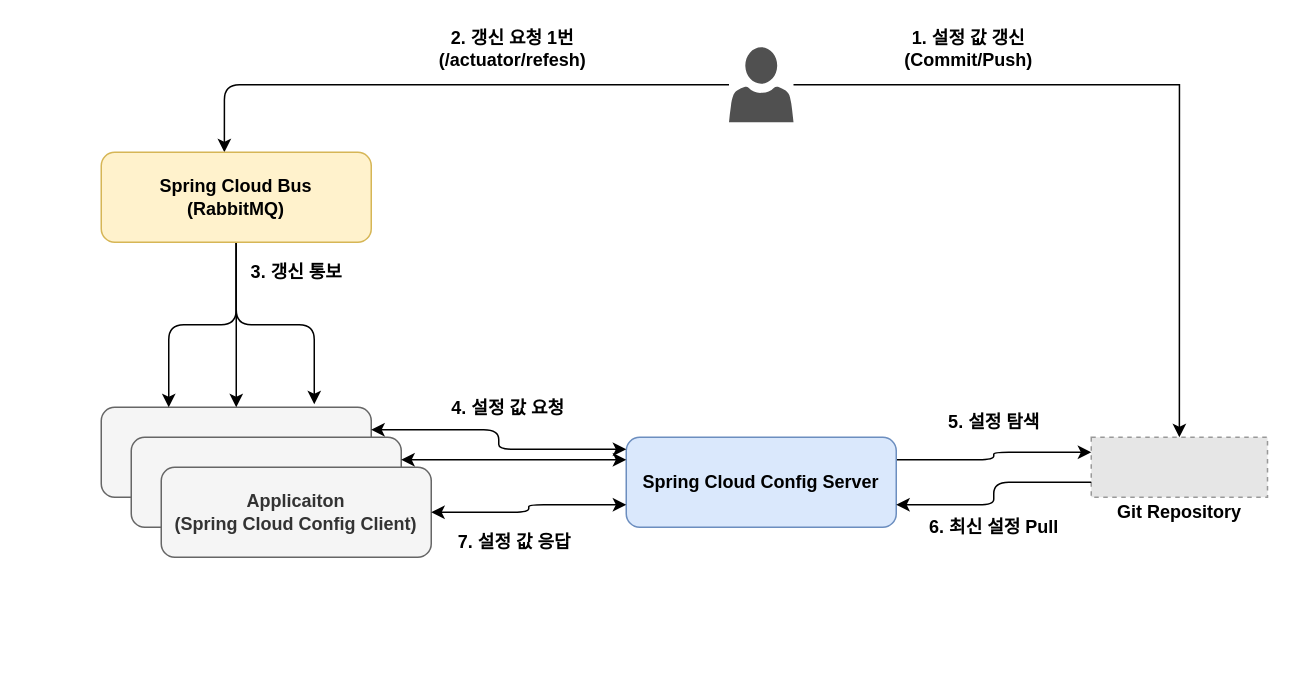
Earlier version of the draw.io diagram drawio/spring/concept-spring-cloud-config-git-bus-1.drawio (windowforsun/blog). Source tidied: cells renumbered, new cells numbered last; positions are measured from the earlier drawing's top-left corner, leaving out a move shared by most shapes. Both pictures are drawn from the tidied source at 150%, with x=0, y=0 at pixel (100, 46). Pictures stored in the file or linked from it are replaced by grey dashed boxes.
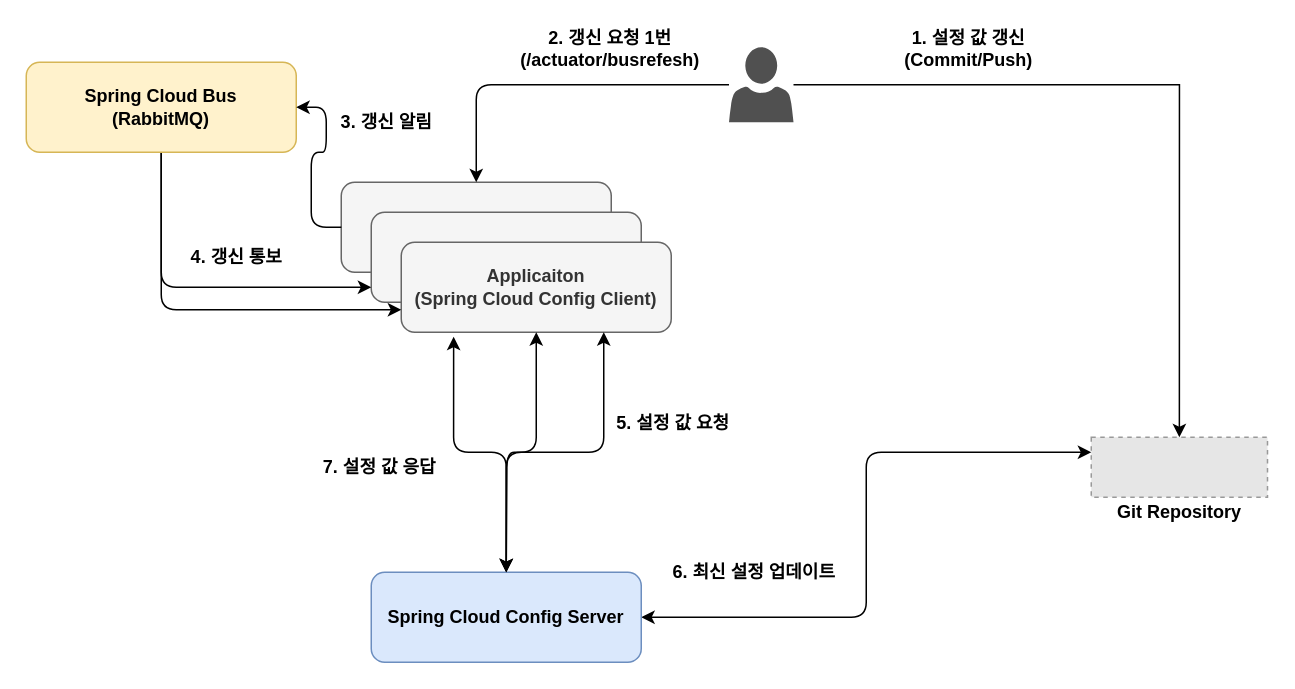
After the change.

Unchanged cells that the change refers to:
```xml
<mxCell id="4" style="fillColor=#E6E6E6;strokeColor=#999999;dashed=1;verticalLabelPosition=bottom;verticalAlign=top;" parent="3" vertex="1">
  <mxGeometry width="117.5" height="40" as="geometry" />
</mxCell>
```

What changed in the source:
```diff
@@
-    <mxCell id="2" style="group;" parent="1" vertex="1">
-      <mxGeometry width="777.5" height="340" as="geometry" />
-    </mxCell>
-    <mxCell id="3" style="group;" parent="2" vertex="1">
+    <mxCell id="3" style="group;" parent="1" vertex="1">
       <mxGeometry x="660" y="260" width="117.5" height="60" as="geometry" />
     </mxCell>
@@
-    <mxCell id="6" style="edgeStyle=orthogonalEdgeStyle;rounded=0;jettySize=auto;html=1;entryX=0.5;entryY=0;entryDx=0;entryDy=0;" parent="2" edge="1" source="8" target="4">
-      <mxGeometry as="geometry" />
+    <mxCell id="6" style="edgeStyle=orthogonalEdgeStyle;rounded=0;jettySize=auto;html=1;entryX=0.5;entryY=0;entryDx=0;entryDy=0;" parent="1" edge="1" source="8" target="4">
+      <mxGeometry x="-60" y="110" as="geometry" />
     </mxCell>
@@
-    <mxCell id="8" style="shadow=0;dashed=0;html=1;strokeColor=none;labelPosition=center;verticalLabelPosition=bottom;verticalAlign=top;align=center;fillColor=#505050;shape=mxgraph.mscae.intune.account_portal;" parent="2" vertex="1">
+    <mxCell id="8" style="shadow=0;dashed=0;html=1;strokeColor=none;labelPosition=center;verticalLabelPosition=bottom;verticalAlign=top;align=center;fillColor=#505050;shape=mxgraph.mscae.intune.account_portal;" parent="1" vertex="1">
       <mxGeometry x="418.5" width="43" height="50" as="geometry" />
     </mxCell>
-    <mxCell id="9" style="edgeStyle=orthogonalEdgeStyle;rounded=1;jettySize=auto;html=1;exitX=1;exitY=0.25;exitDx=0;exitDy=0;entryX=0;entryY=0.25;entryDx=0;entryDy=0;" parent="2" edge="1" source="10" target="4">
-      <mxGeometry as="geometry" />
+    <mxCell id="9" style="edgeStyle=orthogonalEdgeStyle;jettySize=auto;html=1;entryX=0;entryY=0.25;entryDx=0;entryDy=0;exitX=1;exitY=0.5;exitDx=0;exitDy=0;rounded=1;startArrow=classic;startFill=1;" parent="1" edge="1" source="10" target="4">
+      <mxGeometry relative="1" as="geometry" />
     </mxCell>
-    <mxCell id="10" value="&lt;b&gt;Spring Cloud Config Server&lt;/b&gt;" style="rounded=1;whiteSpace=wrap;html=1;fillColor=#dae8fc;strokeColor=#6c8ebf;" parent="2" vertex="1">
-      <mxGeometry x="350" y="260" width="180" height="60" as="geometry" />
+    <mxCell id="10" value="&lt;b&gt;Spring Cloud Config Server&lt;/b&gt;" style="rounded=1;whiteSpace=wrap;html=1;fillColor=#dae8fc;strokeColor=#6c8ebf;" parent="1" vertex="1">
+      <mxGeometry x="180" y="350" width="180" height="60" as="geometry" />
     </mxCell>
-    <mxCell id="11" style="group;" parent="2" vertex="1">
-      <mxGeometry y="240" width="220" height="100" as="geometry" />
+    <mxCell id="11" style="group;" parent="1" vertex="1">
+      <mxGeometry x="160" y="90" width="220" height="100" as="geometry" />
     </mxCell>
+    <mxCell id="30" style="group;" parent="11" vertex="1">
+      <mxGeometry width="220" height="100" as="geometry" />
+    </mxCell>
-    <mxCell id="12" style="rounded=1;whiteSpace=wrap;html=1;fillColor=#f5f5f5;strokeColor=#666666;fontColor=#333333;" parent="11" vertex="1">
+    <mxCell id="12" style="rounded=1;whiteSpace=wrap;html=1;fillColor=#f5f5f5;strokeColor=#666666;fontColor=#333333;" parent="30" vertex="1">
       <mxGeometry width="180" height="60" as="geometry" />
     </mxCell>
-    <mxCell id="13" style="rounded=1;whiteSpace=wrap;html=1;fillColor=#f5f5f5;strokeColor=#666666;fontColor=#333333;" parent="11" vertex="1">
+    <mxCell id="13" style="rounded=1;whiteSpace=wrap;html=1;fillColor=#f5f5f5;strokeColor=#666666;fontColor=#333333;" parent="30" vertex="1">
       <mxGeometry x="20" y="20" width="180" height="60" as="geometry" />
     </mxCell>
-    <mxCell id="14" value="&lt;b&gt;Applicaiton&lt;br&gt;(Spring Cloud Config Client)&lt;/b&gt;" style="rounded=1;whiteSpace=wrap;html=1;fillColor=#f5f5f5;strokeColor=#666666;fontColor=#333333;" parent="11" vertex="1">
+    <mxCell id="14" value="&lt;b&gt;Applicaiton&lt;br&gt;(Spring Cloud Config Client)&lt;/b&gt;" style="rounded=1;whiteSpace=wrap;html=1;fillColor=#f5f5f5;strokeColor=#666666;fontColor=#333333;" parent="30" vertex="1">
       <mxGeometry x="40" y="40" width="180" height="60" as="geometry" />
     </mxCell>
-    <mxCell id="15" style="edgeStyle=orthogonalEdgeStyle;rounded=1;jettySize=auto;html=1;entryX=1;entryY=0.75;entryDx=0;entryDy=0;" parent="2" edge="1" source="4" target="10">
-      <mxGeometry as="geometry">
-        <Array as="points">
-          <mxPoint x="595" y="290" />
-          <mxPoint x="595" y="305" />
-        </Array>
-      </mxGeometry>
-    </mxCell>
-    <mxCell id="16" style="edgeStyle=orthogonalEdgeStyle;rounded=1;jettySize=auto;html=1;exitX=1;exitY=0.25;exitDx=0;exitDy=0;entryX=0;entryY=0.25;entryDx=0;entryDy=0;startArrow=classic;startFill=1;" parent="2" edge="1" source="13" target="10">
-      <mxGeometry as="geometry" />
+    <mxCell id="16" style="edgeStyle=orthogonalEdgeStyle;rounded=1;jettySize=auto;html=1;exitX=0.75;exitY=1;exitDx=0;exitDy=0;entryX=0.5;entryY=0;entryDx=0;entryDy=0;startArrow=classic;startFill=1;" parent="1" edge="1" source="14" target="10">
+      <mxGeometry x="-60" y="110" as="geometry" />
     </mxCell>
-    <mxCell id="17" style="edgeStyle=orthogonalEdgeStyle;rounded=1;jettySize=auto;html=1;entryX=0.456;entryY=0;entryDx=0;entryDy=0;entryPerimeter=0;" parent="2" edge="1" source="8" target="27">
-      <mxGeometry as="geometry" />
+    <mxCell id="17" style="edgeStyle=orthogonalEdgeStyle;rounded=1;jettySize=auto;html=1;entryX=0.5;entryY=0;entryDx=0;entryDy=0;" parent="1" edge="1" source="8" target="12">
+      <mxGeometry x="-60" y="110" as="geometry" />
     </mxCell>
-    <mxCell id="18" value="&lt;b&gt;&lt;font style=&quot;font-size: 12px&quot;&gt;2. 갱신 요청 1번&lt;br&gt;(/actuator/refesh)&lt;/font&gt;&lt;/b&gt;" style="edgeLabel;html=1;align=center;verticalAlign=middle;" parent="17" vertex="1">
+    <mxCell id="18" value="&lt;b&gt;&lt;font style=&quot;font-size: 12px&quot;&gt;2. 갱신 요청 1번&lt;br&gt;(/actuator/busrefesh)&lt;/font&gt;&lt;/b&gt;" style="edgeLabel;html=1;align=center;verticalAlign=middle;" parent="17" vertex="1">
       <mxGeometry x="-0.12" y="2" relative="1" as="geometry">
         <mxPoint x="23" y="-27" as="offset" />
       </mxGeometry>
     </mxCell>
-    <mxCell id="19" style="edgeStyle=orthogonalEdgeStyle;rounded=1;jettySize=auto;html=1;exitX=1;exitY=0.25;exitDx=0;exitDy=0;entryX=0;entryY=0.133;entryDx=0;entryDy=0;entryPerimeter=0;startArrow=classic;startFill=1;" parent="2" edge="1" source="12" target="10">
-      <mxGeometry as="geometry" />
+    <mxCell id="19" style="edgeStyle=orthogonalEdgeStyle;rounded=1;jettySize=auto;html=1;startArrow=classic;startFill=1;" parent="1" edge="1" source="14">
+      <mxGeometry x="-60" y="110" as="geometry">
+        <mxPoint x="270" y="350" as="targetPoint" />
+      </mxGeometry>
     </mxCell>
-    <mxCell id="20" value="&lt;b&gt;&lt;font style=&quot;font-size: 12px&quot;&gt;4. 설정 값 요청&lt;/font&gt;&lt;/b&gt;" style="edgeLabel;html=1;align=center;verticalAlign=middle;" parent="19" vertex="1">
+    <mxCell id="20" value="&lt;b&gt;&lt;font style=&quot;font-size: 12px&quot;&gt;5. 설정 값 요청&lt;/font&gt;&lt;/b&gt;" style="edgeLabel;html=1;align=center;verticalAlign=middle;" parent="19" vertex="1">
       <mxGeometry x="-0.2" y="4" relative="1" as="geometry">
-        <mxPoint x="17" y="-11" as="offset" />
+        <mxPoint x="86" y="-12" as="offset" />
       </mxGeometry>
     </mxCell>
-    <mxCell id="21" style="rounded=1;jettySize=auto;html=1;edgeStyle=orthogonalEdgeStyle;entryX=0;entryY=0.75;entryDx=0;entryDy=0;startArrow=classic;startFill=1;" parent="2" edge="1" source="14" target="10">
-      <mxGeometry as="geometry" />
+    <mxCell id="21" style="rounded=1;jettySize=auto;html=1;edgeStyle=orthogonalEdgeStyle;entryX=0.5;entryY=0;entryDx=0;entryDy=0;startArrow=classic;startFill=1;exitX=0.194;exitY=1.05;exitDx=0;exitDy=0;exitPerimeter=0;" parent="1" edge="1" source="14" target="10">
+      <mxGeometry x="-60" y="110" as="geometry" />
     </mxCell>
-    <mxCell id="22" value="&lt;b&gt;5. 설정 탐색&lt;/b&gt;" style="text;html=1;align=center;verticalAlign=middle;strokeColor=none;" parent="2" vertex="1">
-      <mxGeometry x="555" y="240" width="80" height="20" as="geometry" />
-    </mxCell>
-    <mxCell id="23" value="&lt;b&gt;6. 최신 설정 Pull&lt;/b&gt;" style="text;html=1;align=center;verticalAlign=middle;strokeColor=none;" parent="2" vertex="1">
-      <mxGeometry x="540" y="310" width="110" height="20" as="geometry" />
+    <mxCell id="23" value="&lt;b&gt;6. 최신 설정 업데이트&lt;/b&gt;" style="text;html=1;align=center;verticalAlign=middle;strokeColor=none;" parent="1" vertex="1">
+      <mxGeometry x="370" y="340" width="130" height="20" as="geometry" />
     </mxCell>
-    <mxCell id="24" style="edgeStyle=orthogonalEdgeStyle;rounded=1;jettySize=auto;html=1;entryX=0.5;entryY=0;entryDx=0;entryDy=0;" parent="2" edge="1" source="27" target="12">
-      <mxGeometry relative="1" as="geometry" />
+    <mxCell id="24" style="edgeStyle=orthogonalEdgeStyle;rounded=1;jettySize=auto;html=1;entryX=0;entryY=0.833;entryDx=0;entryDy=0;entryPerimeter=0;exitX=0.5;exitY=1;exitDx=0;exitDy=0;" parent="1" edge="1" source="27" target="13">
+      <mxGeometry x="-60" y="110" as="geometry" />
     </mxCell>
-    <mxCell id="25" style="edgeStyle=orthogonalEdgeStyle;rounded=1;jettySize=auto;html=1;entryX=0.25;entryY=0;entryDx=0;entryDy=0;" parent="2" edge="1" source="27" target="12">
-      <mxGeometry relative="1" as="geometry" />
+    <mxCell id="25" style="edgeStyle=orthogonalEdgeStyle;rounded=1;jettySize=auto;html=1;entryX=0;entryY=0.75;entryDx=0;entryDy=0;exitX=0.5;exitY=1;exitDx=0;exitDy=0;" parent="1" edge="1" source="27" target="14">
+      <mxGeometry x="-60" y="110" as="geometry" />
     </mxCell>
-    <mxCell id="26" style="edgeStyle=orthogonalEdgeStyle;rounded=1;jettySize=auto;html=1;entryX=0.789;entryY=-0.033;entryDx=0;entryDy=0;entryPerimeter=0;" parent="2" edge="1" source="27" target="12">
-      <mxGeometry relative="1" as="geometry" />
-    </mxCell>
-    <mxCell id="27" value="&lt;b&gt;Spring Cloud Bus&lt;br&gt;(RabbitMQ)&lt;br&gt;&lt;/b&gt;" style="rounded=1;whiteSpace=wrap;html=1;fillColor=#fff2cc;strokeColor=#d6b656;" parent="2" vertex="1">
-      <mxGeometry y="70" width="180" height="60" as="geometry" />
+    <mxCell id="27" value="&lt;b&gt;Spring Cloud Bus&lt;br&gt;(RabbitMQ)&lt;br&gt;&lt;/b&gt;" style="rounded=1;whiteSpace=wrap;html=1;fillColor=#fff2cc;strokeColor=#d6b656;" parent="1" vertex="1">
+      <mxGeometry x="-50" y="10" width="180" height="60" as="geometry" />
     </mxCell>
-    <mxCell id="28" value="&lt;b&gt;3. 갱신 통보&lt;/b&gt;" style="text;html=1;align=center;verticalAlign=middle;strokeColor=none;" parent="2" vertex="1">
-      <mxGeometry x="90" y="140" width="80" height="20" as="geometry" />
+    <mxCell id="28" value="&lt;b&gt;4. 갱신 통보&lt;/b&gt;" style="text;html=1;align=center;verticalAlign=middle;strokeColor=none;" parent="1" vertex="1">
+      <mxGeometry x="50" y="130" width="80" height="20" as="geometry" />
     </mxCell>
-    <mxCell id="29" value="&lt;b&gt;&lt;font style=&quot;font-size: 12px&quot;&gt;7. 설정 값 응답&amp;nbsp;&lt;/font&gt;&lt;/b&gt;" style="edgeLabel;html=1;align=center;verticalAlign=middle;" parent="2" vertex="1">
-      <mxGeometry x="280" y="260" as="geometry">
+    <mxCell id="29" value="&lt;b&gt;&lt;font style=&quot;font-size: 12px&quot;&gt;7. 설정 값 응답&amp;nbsp;&lt;/font&gt;&lt;/b&gt;" style="edgeLabel;html=1;align=center;verticalAlign=middle;" parent="1" vertex="1">
+      <mxGeometry x="190" y="210" as="geometry">
         <mxPoint x="-4" y="69" as="offset" />
       </mxGeometry>
     </mxCell>
+    <mxCell id="31" style="edgeStyle=orthogonalEdgeStyle;rounded=1;jettySize=auto;html=1;entryX=1;entryY=0.5;entryDx=0;entryDy=0;" parent="1" edge="1" source="12" target="27">
+      <mxGeometry relative="1" as="geometry" />
+    </mxCell>
+    <mxCell id="32" value="&lt;b&gt;3. 갱신 알림&lt;/b&gt;" style="text;html=1;align=center;verticalAlign=middle;strokeColor=none;" parent="1" vertex="1">
+      <mxGeometry x="150" y="40" width="80" height="20" as="geometry" />
+    </mxCell>
```
